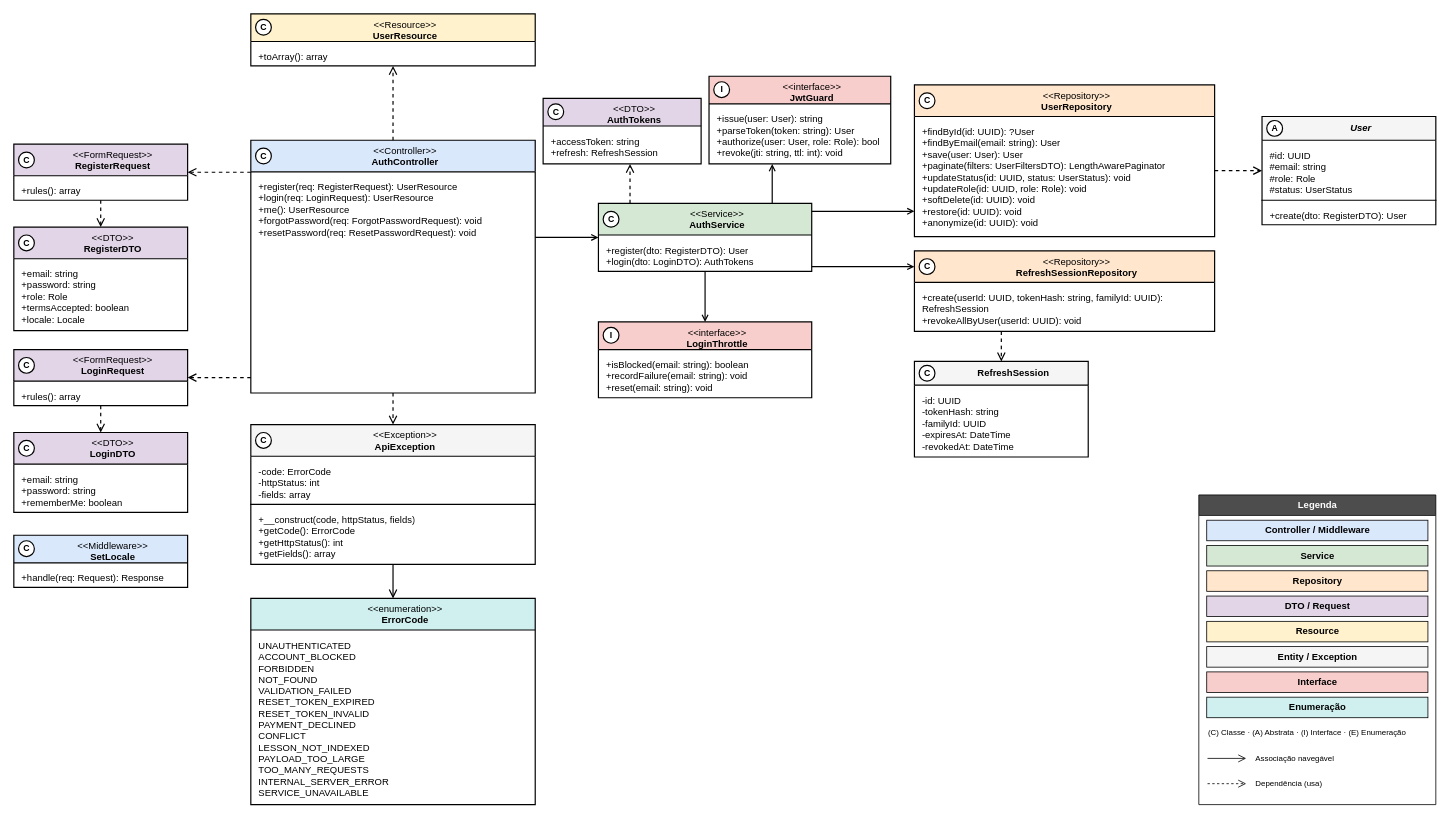
Earlier version of the draw.io diagram especificacao/diagramas/13-classes-area-a-implementacao-login.drawio (Plataforma-de-Cursos-TCC/plataforma-cursos-docs). Source tidied: cells renumbered, new cells numbered last; positions are measured from the earlier drawing's top-left corner, leaving out a move shared by most shapes. Both pictures are drawn from the tidied source at 79%, with x=0, y=0 at pixel (13, 13).
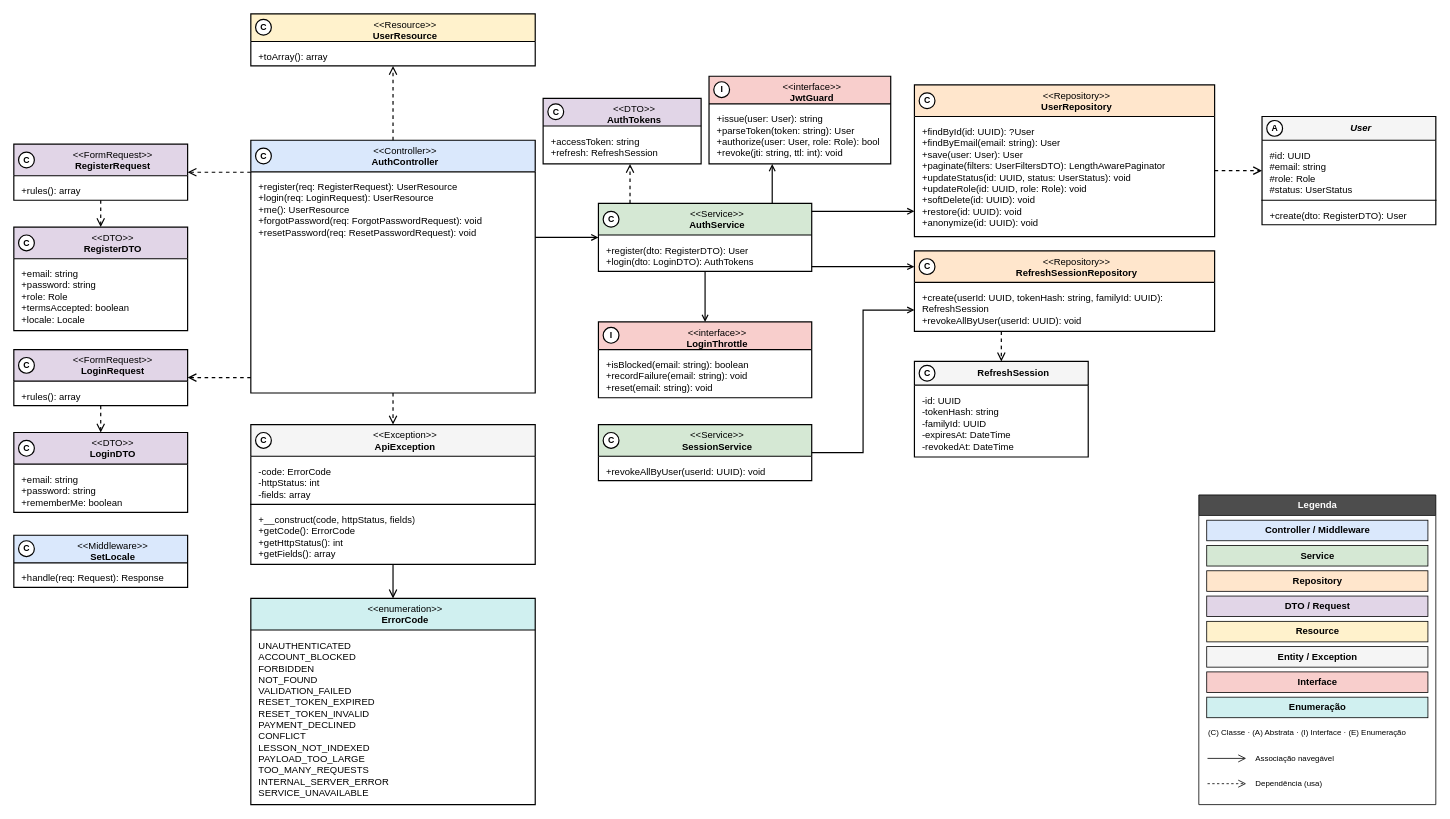
Above is the later version.

Unchanged cells that the change refers to:
```xml
<mxCell id="50" value="&amp;lt;&amp;lt;Repository&amp;gt;&amp;gt;&lt;br&gt;&lt;b&gt;RefreshSessionRepository&lt;/b&gt;" style="swimlane;html=1;fontStyle=0;align=center;verticalAlign=top;startSize=40;fillColor=#FFE6CC;swimlaneFillColor=#FFFFFF;strokeColor=#000000;strokeWidth=1.5;fontFamily=Helvetica;fontSize=12;fontColor=#000000;rounded=0;spacingLeft=30;" parent="1" vertex="1">
  <mxGeometry x="1140" y="300" width="380" height="102" as="geometry" />
</mxCell>
```

The edit, as a diff of the source:
```diff
@@
+    <mxCell id="87" value="&amp;lt;&amp;lt;Service&amp;gt;&amp;gt;&lt;br&gt;&lt;b&gt;SessionService&lt;/b&gt;" style="swimlane;html=1;fontStyle=0;align=center;verticalAlign=top;startSize=40;fillColor=#D5E8D4;swimlaneFillColor=#FFFFFF;strokeColor=#000000;strokeWidth=1.5;fontFamily=Helvetica;fontSize=12;fontColor=#000000;rounded=0;spacingLeft=30;" parent="1" vertex="1">
+      <mxGeometry x="740" y="520" width="270" height="71" as="geometry" />
+    </mxCell>
+    <mxCell id="88" value="+revokeAllByUser(userId: UUID): void" style="text;html=1;align=left;verticalAlign=top;spacingLeft=8;spacingRight=8;spacingTop=6;fontSize=12;fontFamily=Helvetica;fontColor=#000000;strokeColor=none;fillColor=none;whiteSpace=wrap;" parent="87" vertex="1">
+      <mxGeometry y="40" width="270" height="31" as="geometry" />
+    </mxCell>
+    <mxCell id="89" style="edgeStyle=orthogonalEdgeStyle;rounded=0;html=1;strokeColor=#000000;strokeWidth=1.5;endSize=6;endArrow=open;endFill=0;exitX=1.0000;exitY=0.5000;entryX=0.0000;entryY=0.7353;" parent="1" edge="1" source="87" target="50">
+      <mxGeometry relative="1" as="geometry" />
+    </mxCell>
@@
+    <mxCell id="90" value="C" style="ellipse;html=1;fillColor=#FFFFFF;strokeColor=#000000;strokeWidth=1.5;fontFamily=Helvetica;fontSize=11;fontStyle=1;fontColor=#000000;" parent="1" vertex="1">
+      <mxGeometry x="746" y="530" width="20" height="20" as="geometry" />
+    </mxCell>
```
